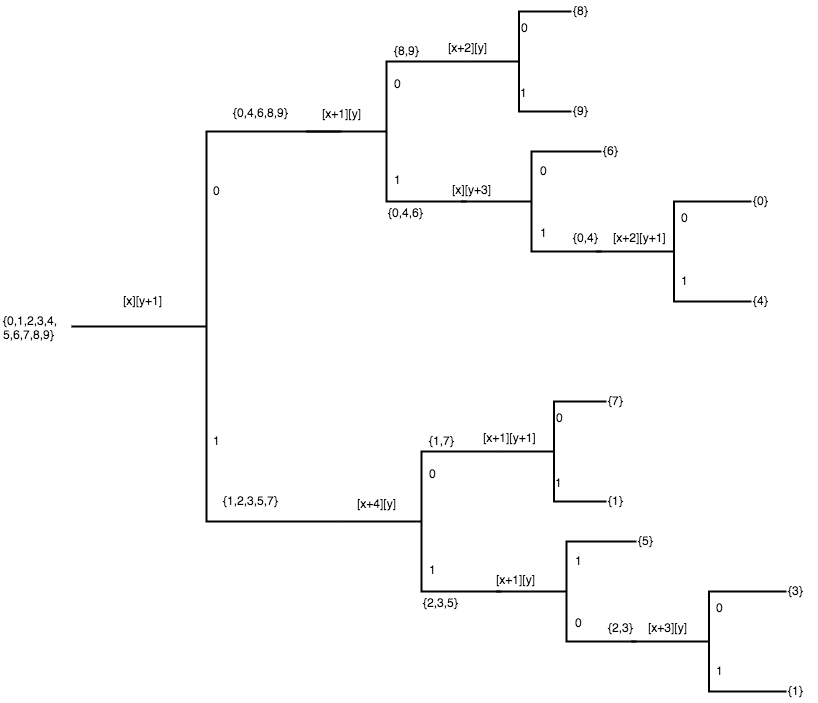
Above: Flow_chart.png in boxin-yang/image (draw.io), before the change. Source tidied: cells renumbered, new cells last; positions are measured from the earlier drawing's top-left corner, leaving out a move shared by most shapes. Its diagram source:
```xml
<mxGraphModel background="#ffffff">
  <root>
    <mxCell id="0" />
    <mxCell id="1" parent="0" />
    <mxCell id="2" style="strokeWidth=2;html=1;shape=mxgraph.flowchart.annotation_2;align=left;" parent="1" vertex="1">
      <mxGeometry x="70" y="130" width="270" height="390" as="geometry" />
    </mxCell>
    <mxCell id="3" value="0" style="text;html=1;align=left;verticalAlign=top;spacingTop=-4;" parent="1" vertex="1">
      <mxGeometry x="210" y="180" width="20" height="20" as="geometry" />
    </mxCell>
    <mxCell id="4" value="1" style="text;html=1;align=left;verticalAlign=top;spacingTop=-4;" parent="1" vertex="1">
      <mxGeometry x="210" y="430" width="20" height="20" as="geometry" />
    </mxCell>
    <mxCell id="5" value="[x][y+1]" style="text;html=1;align=left;verticalAlign=top;spacingTop=-4;" parent="1" vertex="1">
      <mxGeometry x="120" y="290" width="50" height="20" as="geometry" />
    </mxCell>
    <mxCell id="6" style="strokeWidth=2;html=1;shape=mxgraph.flowchart.annotation_2;align=left;direction=east;" parent="1" vertex="1">
      <mxGeometry x="305" y="60" width="160" height="140" as="geometry" />
    </mxCell>
    <mxCell id="7" value="{0,1,2,3,4,&lt;div&gt;5,6,7,8,9}&lt;/div&gt;" style="text;html=1;align=left;verticalAlign=top;spacingTop=-4;" parent="1" vertex="1">
      <mxGeometry y="310" width="70" height="30" as="geometry" />
    </mxCell>
    <mxCell id="8" value="{0,4,6,8,9}" style="text;html=1;align=left;verticalAlign=top;spacingTop=-4;" parent="1" vertex="1">
      <mxGeometry x="230" y="102" width="70" height="20" as="geometry" />
    </mxCell>
    <mxCell id="9" value="{1,2,3,5,7}" style="text;html=1;align=left;verticalAlign=top;spacingTop=-4;" parent="1" vertex="1">
      <mxGeometry x="220" y="490" width="70" height="20" as="geometry" />
    </mxCell>
    <mxCell id="10" value="[x+1][y]" style="text;html=1;align=left;verticalAlign=top;spacingTop=-4;" parent="1" vertex="1">
      <mxGeometry x="319" y="103" width="50" height="20" as="geometry" />
    </mxCell>
    <mxCell id="11" value="0" style="text;html=1;align=left;verticalAlign=top;spacingTop=-4;" parent="1" vertex="1">
      <mxGeometry x="391" y="73" width="20" height="20" as="geometry" />
    </mxCell>
    <mxCell id="12" value="1" style="text;html=1;align=left;verticalAlign=top;spacingTop=-4;" parent="1" vertex="1">
      <mxGeometry x="391" y="169" width="20" height="20" as="geometry" />
    </mxCell>
    <mxCell id="13" value="{8,9}" style="text;html=1;align=left;verticalAlign=top;spacingTop=-4;" parent="1" vertex="1">
      <mxGeometry x="391" y="40" width="40" height="20" as="geometry" />
    </mxCell>
    <mxCell id="14" value="{0,4,6}" style="text;html=1;align=left;verticalAlign=top;spacingTop=-4;" parent="1" vertex="1">
      <mxGeometry x="385" y="202" width="50" height="20" as="geometry" />
    </mxCell>
    <mxCell id="15" style="strokeWidth=2;html=1;shape=mxgraph.flowchart.annotation_2;align=left;" parent="1" vertex="1">
      <mxGeometry x="465" y="10" width="105" height="100" as="geometry" />
    </mxCell>
    <mxCell id="16" value="[x+2][y]" style="text;html=1;align=left;verticalAlign=top;spacingTop=-4;" parent="1" vertex="1">
      <mxGeometry x="445" y="37" width="50" height="20" as="geometry" />
    </mxCell>
    <mxCell id="17" value="0" style="text;html=1;align=left;verticalAlign=top;spacingTop=-4;" parent="1" vertex="1">
      <mxGeometry x="518" y="17" width="20" height="20" as="geometry" />
    </mxCell>
    <mxCell id="18" value="1" style="text;html=1;align=left;verticalAlign=top;spacingTop=-4;" parent="1" vertex="1">
      <mxGeometry x="517" y="82" width="20" height="20" as="geometry" />
    </mxCell>
    <mxCell id="19" value="{8}" style="text;html=1;align=left;verticalAlign=top;spacingTop=-4;" parent="1" vertex="1">
      <mxGeometry x="570" width="30" height="20" as="geometry" />
    </mxCell>
    <mxCell id="20" value="{9}" style="text;html=1;align=left;verticalAlign=top;spacingTop=-4;" parent="1" vertex="1">
      <mxGeometry x="570" y="100" width="30" height="20" as="geometry" />
    </mxCell>
    <mxCell id="21" style="strokeWidth=2;html=1;shape=mxgraph.flowchart.annotation_2;align=left;" parent="1" vertex="1">
      <mxGeometry x="460" y="150" width="140" height="100" as="geometry" />
    </mxCell>
    <mxCell id="22" value="[x][y+3]" style="text;html=1;align=left;verticalAlign=top;spacingTop=-4;" parent="1" vertex="1">
      <mxGeometry x="449" y="179" width="50" height="20" as="geometry" />
    </mxCell>
    <mxCell id="23" value="0" style="text;html=1;align=left;verticalAlign=top;spacingTop=-4;" parent="1" vertex="1">
      <mxGeometry x="537" y="160" width="20" height="20" as="geometry" />
    </mxCell>
    <mxCell id="24" value="1" style="text;html=1;align=left;verticalAlign=top;spacingTop=-4;" parent="1" vertex="1">
      <mxGeometry x="537" y="222" width="20" height="20" as="geometry" />
    </mxCell>
    <mxCell id="25" value="{6}" style="text;html=1;align=left;verticalAlign=top;spacingTop=-4;" parent="1" vertex="1">
      <mxGeometry x="600" y="140" width="30" height="20" as="geometry" />
    </mxCell>
    <mxCell id="26" value="{0,4}" style="text;html=1;align=left;verticalAlign=top;spacingTop=-4;" parent="1" vertex="1">
      <mxGeometry x="570" y="227" width="40" height="20" as="geometry" />
    </mxCell>
    <mxCell id="27" style="strokeWidth=2;html=1;shape=mxgraph.flowchart.annotation_2;align=left;" parent="1" vertex="1">
      <mxGeometry x="595" y="200" width="155" height="100" as="geometry" />
    </mxCell>
    <mxCell id="28" value="[x+2][y+1]" style="text;html=1;align=left;verticalAlign=top;spacingTop=-4;" parent="1" vertex="1">
      <mxGeometry x="610" y="227" width="70" height="20" as="geometry" />
    </mxCell>
    <mxCell id="29" value="0" style="text;html=1;align=left;verticalAlign=top;spacingTop=-4;" parent="1" vertex="1">
      <mxGeometry x="678" y="207" width="20" height="20" as="geometry" />
    </mxCell>
    <mxCell id="30" value="1" style="text;html=1;align=left;verticalAlign=top;spacingTop=-4;" parent="1" vertex="1">
      <mxGeometry x="678" y="270" width="20" height="20" as="geometry" />
    </mxCell>
    <mxCell id="31" value="{0}" style="text;html=1;align=left;verticalAlign=top;spacingTop=-4;" parent="1" vertex="1">
      <mxGeometry x="750" y="190" width="30" height="20" as="geometry" />
    </mxCell>
    <mxCell id="32" value="{4}" style="text;html=1;align=left;verticalAlign=top;spacingTop=-4;" parent="1" vertex="1">
      <mxGeometry x="750" y="290" width="30" height="20" as="geometry" />
    </mxCell>
    <mxCell id="33" style="strokeWidth=2;html=1;shape=mxgraph.flowchart.annotation_2;align=left;direction=east;" parent="1" vertex="1">
      <mxGeometry x="340" y="450" width="160" height="140" as="geometry" />
    </mxCell>
    <mxCell id="34" value="[x+4][y]" style="text;html=1;align=left;verticalAlign=top;spacingTop=-4;" parent="1" vertex="1">
      <mxGeometry x="354" y="493" width="50" height="20" as="geometry" />
    </mxCell>
    <mxCell id="35" value="0" style="text;html=1;align=left;verticalAlign=top;spacingTop=-4;" parent="1" vertex="1">
      <mxGeometry x="426" y="463" width="20" height="20" as="geometry" />
    </mxCell>
    <mxCell id="36" value="1" style="text;html=1;align=left;verticalAlign=top;spacingTop=-4;" parent="1" vertex="1">
      <mxGeometry x="426" y="559" width="20" height="20" as="geometry" />
    </mxCell>
    <mxCell id="37" value="{1,7}" style="text;html=1;align=left;verticalAlign=top;spacingTop=-4;" parent="1" vertex="1">
      <mxGeometry x="426" y="430" width="40" height="20" as="geometry" />
    </mxCell>
    <mxCell id="38" value="{2,3,5}" style="text;html=1;align=left;verticalAlign=top;spacingTop=-4;" parent="1" vertex="1">
      <mxGeometry x="420" y="592" width="50" height="20" as="geometry" />
    </mxCell>
    <mxCell id="39" style="strokeWidth=2;html=1;shape=mxgraph.flowchart.annotation_2;align=left;" parent="1" vertex="1">
      <mxGeometry x="500" y="400" width="105" height="100" as="geometry" />
    </mxCell>
    <mxCell id="40" value="[x+1][y+1]" style="text;html=1;align=left;verticalAlign=top;spacingTop=-4;" parent="1" vertex="1">
      <mxGeometry x="480" y="427" width="70" height="20" as="geometry" />
    </mxCell>
    <mxCell id="41" value="0" style="text;html=1;align=left;verticalAlign=top;spacingTop=-4;" parent="1" vertex="1">
      <mxGeometry x="553" y="407" width="20" height="20" as="geometry" />
    </mxCell>
    <mxCell id="42" value="1" style="text;html=1;align=left;verticalAlign=top;spacingTop=-4;" parent="1" vertex="1">
      <mxGeometry x="552" y="472" width="20" height="20" as="geometry" />
    </mxCell>
    <mxCell id="43" value="{7}" style="text;html=1;align=left;verticalAlign=top;spacingTop=-4;" parent="1" vertex="1">
      <mxGeometry x="605" y="390" width="30" height="20" as="geometry" />
    </mxCell>
    <mxCell id="44" value="{1}" style="text;html=1;align=left;verticalAlign=top;spacingTop=-4;" parent="1" vertex="1">
      <mxGeometry x="605" y="490" width="30" height="20" as="geometry" />
    </mxCell>
    <mxCell id="45" style="strokeWidth=2;html=1;shape=mxgraph.flowchart.annotation_2;align=left;" parent="1" vertex="1">
      <mxGeometry x="495" y="540" width="140" height="100" as="geometry" />
    </mxCell>
    <mxCell id="46" value="[x+1][y]" style="text;html=1;align=left;verticalAlign=top;spacingTop=-4;" parent="1" vertex="1">
      <mxGeometry x="493" y="569" width="50" height="20" as="geometry" />
    </mxCell>
    <mxCell id="47" value="1" style="text;html=1;align=left;verticalAlign=top;spacingTop=-4;" parent="1" vertex="1">
      <mxGeometry x="572" y="550" width="20" height="20" as="geometry" />
    </mxCell>
    <mxCell id="48" value="0" style="text;html=1;align=left;verticalAlign=top;spacingTop=-4;" parent="1" vertex="1">
      <mxGeometry x="572" y="612" width="20" height="20" as="geometry" />
    </mxCell>
    <mxCell id="49" value="{5}" style="text;html=1;align=left;verticalAlign=top;spacingTop=-4;" parent="1" vertex="1">
      <mxGeometry x="635" y="530" width="30" height="20" as="geometry" />
    </mxCell>
    <mxCell id="50" value="{2,3}" style="text;html=1;align=left;verticalAlign=top;spacingTop=-4;" parent="1" vertex="1">
      <mxGeometry x="605" y="617" width="40" height="20" as="geometry" />
    </mxCell>
    <mxCell id="51" style="strokeWidth=2;html=1;shape=mxgraph.flowchart.annotation_2;align=left;" parent="1" vertex="1">
      <mxGeometry x="630" y="590" width="155" height="100" as="geometry" />
    </mxCell>
    <mxCell id="52" value="[x+3][y]" style="text;html=1;align=left;verticalAlign=top;spacingTop=-4;" parent="1" vertex="1">
      <mxGeometry x="645" y="617" width="50" height="20" as="geometry" />
    </mxCell>
    <mxCell id="53" value="0" style="text;html=1;align=left;verticalAlign=top;spacingTop=-4;" parent="1" vertex="1">
      <mxGeometry x="713" y="597" width="20" height="20" as="geometry" />
    </mxCell>
    <mxCell id="54" value="1" style="text;html=1;align=left;verticalAlign=top;spacingTop=-4;" parent="1" vertex="1">
      <mxGeometry x="713" y="660" width="20" height="20" as="geometry" />
    </mxCell>
    <mxCell id="55" value="{3}" style="text;html=1;align=left;verticalAlign=top;spacingTop=-4;" parent="1" vertex="1">
      <mxGeometry x="785" y="580" width="30" height="20" as="geometry" />
    </mxCell>
    <mxCell id="56" value="{1}" style="text;html=1;align=left;verticalAlign=top;spacingTop=-4;" parent="1" vertex="1">
      <mxGeometry x="785" y="680" width="30" height="20" as="geometry" />
    </mxCell>
  </root>
</mxGraphModel>
```
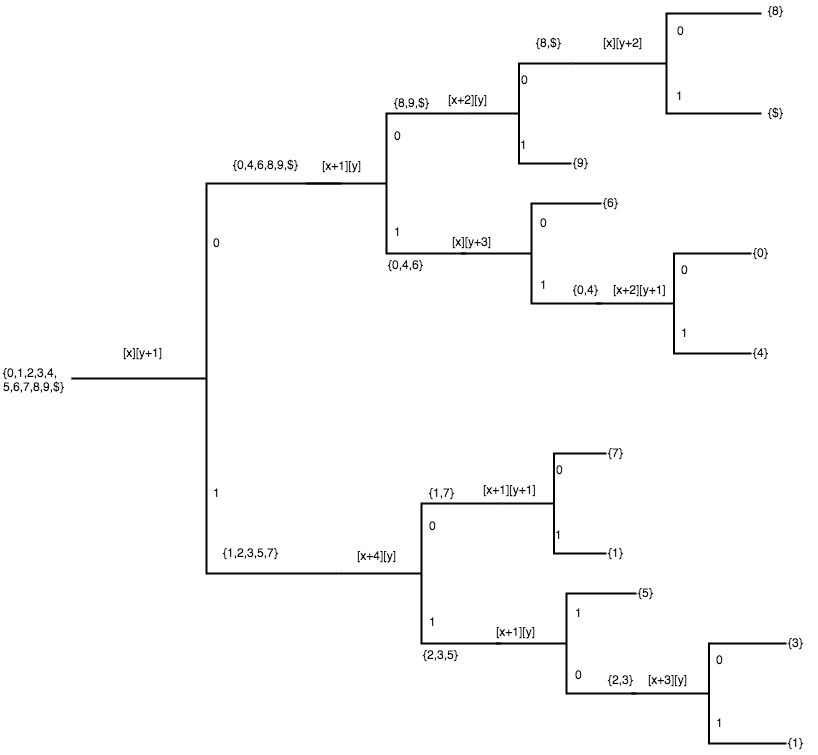
The same diagram one commit later.

Commit message:
update flow_chart with $ sign included

Change to the diagram source:
```diff
@@ -1,4 +1,4 @@
-<mxGraphModel background="#ffffff">
+<mxGraphModel>
   <root>
     <mxCell id="0" />
     <mxCell id="1" parent="0" />
@@ -17,11 +17,11 @@
     <mxCell id="6" style="strokeWidth=2;html=1;shape=mxgraph.flowchart.annotation_2;align=left;direction=east;" parent="1" vertex="1">
       <mxGeometry x="305" y="60" width="160" height="140" as="geometry" />
     </mxCell>
-    <mxCell id="7" value="{0,1,2,3,4,&lt;div&gt;5,6,7,8,9}&lt;/div&gt;" style="text;html=1;align=left;verticalAlign=top;spacingTop=-4;" parent="1" vertex="1">
-      <mxGeometry y="310" width="70" height="30" as="geometry" />
+    <mxCell id="7" value="{0,1,2,3,4,&lt;div&gt;5,6,7,8,9,$}&lt;/div&gt;" style="text;html=1;align=left;verticalAlign=top;spacingTop=-4;" parent="1" vertex="1">
+      <mxGeometry y="310" width="80" height="30" as="geometry" />
     </mxCell>
-    <mxCell id="8" value="{0,4,6,8,9}" style="text;html=1;align=left;verticalAlign=top;spacingTop=-4;" parent="1" vertex="1">
-      <mxGeometry x="230" y="102" width="70" height="20" as="geometry" />
+    <mxCell id="8" value="{0,4,6,8,9,$}" style="text;html=1;align=left;verticalAlign=top;spacingTop=-4;" parent="1" vertex="1">
+      <mxGeometry x="230" y="102" width="80" height="20" as="geometry" />
     </mxCell>
     <mxCell id="9" value="{1,2,3,5,7}" style="text;html=1;align=left;verticalAlign=top;spacingTop=-4;" parent="1" vertex="1">
       <mxGeometry x="220" y="490" width="70" height="20" as="geometry" />
@@ -35,8 +35,8 @@
     <mxCell id="12" value="1" style="text;html=1;align=left;verticalAlign=top;spacingTop=-4;" parent="1" vertex="1">
       <mxGeometry x="391" y="169" width="20" height="20" as="geometry" />
     </mxCell>
-    <mxCell id="13" value="{8,9}" style="text;html=1;align=left;verticalAlign=top;spacingTop=-4;" parent="1" vertex="1">
-      <mxGeometry x="391" y="40" width="40" height="20" as="geometry" />
+    <mxCell id="13" value="{8,9,$}" style="text;html=1;align=left;verticalAlign=top;spacingTop=-4;" parent="1" vertex="1">
+      <mxGeometry x="391" y="40" width="50" height="20" as="geometry" />
     </mxCell>
     <mxCell id="14" value="{0,4,6}" style="text;html=1;align=left;verticalAlign=top;spacingTop=-4;" parent="1" vertex="1">
       <mxGeometry x="385" y="202" width="50" height="20" as="geometry" />
@@ -53,8 +53,8 @@
     <mxCell id="18" value="1" style="text;html=1;align=left;verticalAlign=top;spacingTop=-4;" parent="1" vertex="1">
       <mxGeometry x="517" y="82" width="20" height="20" as="geometry" />
     </mxCell>
-    <mxCell id="19" value="{8}" style="text;html=1;align=left;verticalAlign=top;spacingTop=-4;" parent="1" vertex="1">
-      <mxGeometry x="570" width="30" height="20" as="geometry" />
+    <mxCell id="19" value="{8,$}" style="text;html=1;align=left;verticalAlign=top;spacingTop=-4;" parent="1" vertex="1">
+      <mxGeometry x="533" y="-20" width="40" height="20" as="geometry" />
     </mxCell>
     <mxCell id="20" value="{9}" style="text;html=1;align=left;verticalAlign=top;spacingTop=-4;" parent="1" vertex="1">
       <mxGeometry x="570" y="100" width="30" height="20" as="geometry" />
@@ -167,5 +167,23 @@
     <mxCell id="56" value="{1}" style="text;html=1;align=left;verticalAlign=top;spacingTop=-4;" parent="1" vertex="1">
       <mxGeometry x="785" y="680" width="30" height="20" as="geometry" />
     </mxCell>
+    <mxCell id="57" style="strokeWidth=2;html=1;shape=mxgraph.flowchart.annotation_2;align=left;" parent="1" vertex="1">
+      <mxGeometry x="570" y="-40" width="190" height="100" as="geometry" />
+    </mxCell>
+    <mxCell id="58" value="[x][y+2]" style="text;html=1;align=left;verticalAlign=top;spacingTop=-4;direction=south;" parent="1" vertex="1">
+      <mxGeometry x="600" y="-20" width="50" height="20" as="geometry" />
+    </mxCell>
+    <mxCell id="59" value="0" style="text;html=1;align=left;verticalAlign=top;spacingTop=-4;" parent="1" vertex="1">
+      <mxGeometry x="674" y="-32" width="20" height="20" as="geometry" />
+    </mxCell>
+    <mxCell id="60" value="1" style="text;html=1;align=left;verticalAlign=top;spacingTop=-4;" parent="1" vertex="1">
+      <mxGeometry x="673" y="33" width="20" height="20" as="geometry" />
+    </mxCell>
+    <mxCell id="61" value="{8}" style="text;html=1;align=left;verticalAlign=top;spacingTop=-4;" parent="1" vertex="1">
+      <mxGeometry x="765" y="-52" width="30" height="20" as="geometry" />
+    </mxCell>
+    <mxCell id="62" value="{$}" style="text;html=1;align=left;verticalAlign=top;spacingTop=-4;" parent="1" vertex="1">
+      <mxGeometry x="765" y="50" width="30" height="20" as="geometry" />
+    </mxCell>
   </root>
 </mxGraphModel>
```
